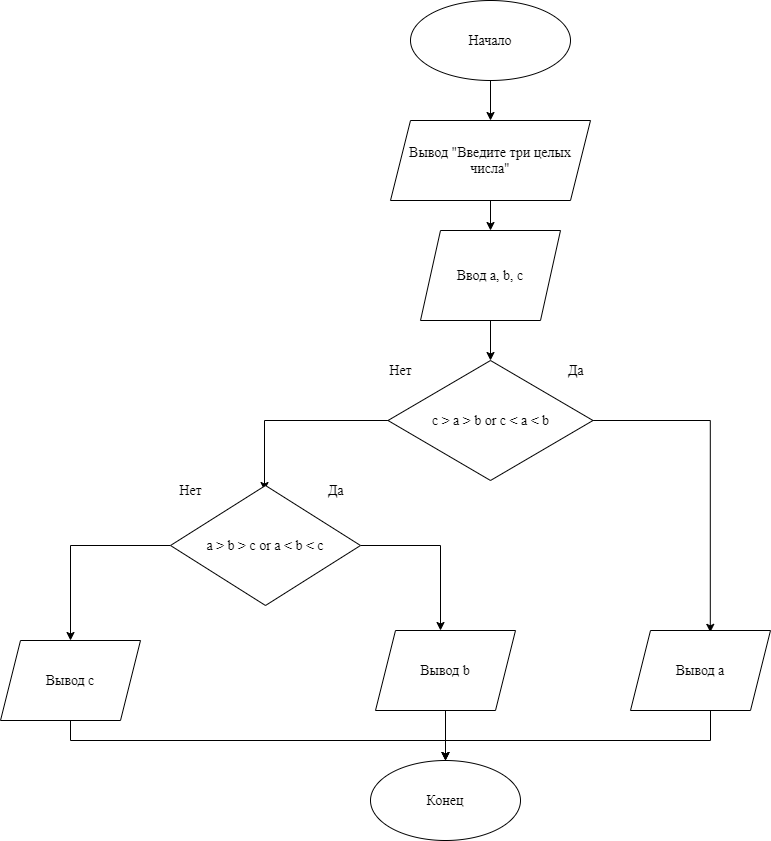
The draw.io diagram DZ9.png in EkaterinaVrublevskaia/AlgorithmPython-, before a commit. Source tidied: cells renumbered, new cells last; positions are measured from the earlier drawing's top-left corner, leaving out a move shared by most shapes.
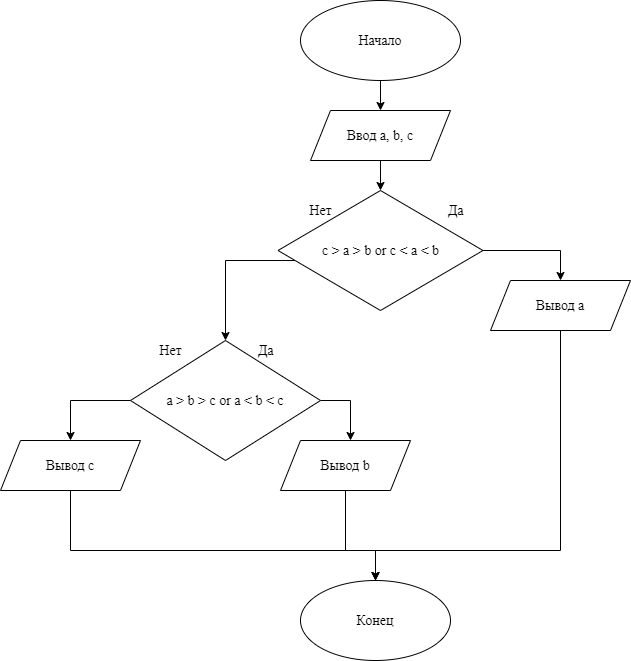
Later version of the same file.

The edit, as a diff of the source:
```diff
@@ -2,9 +2,9 @@
   <root>
     <mxCell id="0" />
     <mxCell id="1" parent="0" />
-    <mxCell id="2" style="edgeStyle=orthogonalEdgeStyle;rounded=0;jettySize=auto;html=1;fontFamily=Times New Roman;fontSize=14;" parent="1" edge="1" source="3" target="7">
-      <mxGeometry relative="1" as="geometry" />
-    </mxCell>
+    <mxCell id="25" style="edgeStyle=orthogonalEdgeStyle;rounded=0;jettySize=auto;html=1;" parent="1" edge="1" source="3" target="5">
+      <mxGeometry relative="1" as="geometry" />
+    </mxCell>
     <mxCell id="3" value="&lt;font face=&quot;Times New Roman&quot; style=&quot;font-size: 14px&quot;&gt;Начало&lt;/font&gt;" style="ellipse;whiteSpace=wrap;html=1;fontFamily=Times New Roman;fontSize=14;" parent="1" vertex="1">
       <mxGeometry x="410" width="160" height="80" as="geometry" />
     </mxCell>
@@ -12,85 +12,85 @@
       <mxGeometry relative="1" as="geometry" />
     </mxCell>
     <mxCell id="5" value="Ввод a, b, c" style="shape=parallelogram;perimeter=parallelogramPerimeter;whiteSpace=wrap;html=1;fixedSize=1;fontFamily=Times New Roman;fontSize=14;" parent="1" vertex="1">
-      <mxGeometry x="420" y="230" width="140" height="90" as="geometry" />
+      <mxGeometry x="420" y="110" width="140" height="50" as="geometry" />
     </mxCell>
-    <mxCell id="6" style="edgeStyle=orthogonalEdgeStyle;rounded=0;jettySize=auto;html=1;entryX=0.5;entryY=0;entryDx=0;entryDy=0;fontFamily=Times New Roman;fontSize=14;" parent="1" edge="1" source="7" target="5">
-      <mxGeometry relative="1" as="geometry" />
-    </mxCell>
-    <mxCell id="7" value="Вывод &quot;Введите три целых числа&quot;" style="shape=parallelogram;perimeter=parallelogramPerimeter;whiteSpace=wrap;html=1;fixedSize=1;fontFamily=Times New Roman;fontSize=14;" parent="1" vertex="1">
-      <mxGeometry x="390" y="120" width="200" height="80" as="geometry" />
-    </mxCell>
-    <mxCell id="8" style="edgeStyle=orthogonalEdgeStyle;rounded=0;jettySize=auto;html=1;entryX=0.57;entryY=0.023;entryDx=0;entryDy=0;fontFamily=Times New Roman;fontSize=14;entryPerimeter=0;strokeColor=default;labelBackgroundColor=default;fontColor=default;" parent="1" edge="1" source="10" target="19">
+    <mxCell id="8" style="edgeStyle=orthogonalEdgeStyle;rounded=0;jettySize=auto;html=1;entryX=0.5;entryY=0;entryDx=0;entryDy=0;" parent="1" edge="1" source="10" target="19">
       <mxGeometry relative="1" as="geometry" />
     </mxCell>
-    <mxCell id="9" style="edgeStyle=orthogonalEdgeStyle;rounded=0;jettySize=auto;html=1;fontFamily=Times New Roman;fontSize=14;" parent="1" edge="1" source="10">
-      <mxGeometry relative="1" as="geometry">
-        <mxPoint x="264" y="490" as="targetPoint" />
-        <Array as="points">
-          <mxPoint x="264" y="420" />
-        </Array>
-      </mxGeometry>
-    </mxCell>
+    <mxCell id="26" style="edgeStyle=orthogonalEdgeStyle;rounded=0;jettySize=auto;html=1;entryX=0.5;entryY=0;entryDx=0;entryDy=0;" parent="1" edge="1" source="10" target="15">
+      <mxGeometry relative="1" as="geometry">
+        <Array as="points">
+          <mxPoint x="335" y="260" />
+        </Array>
+      </mxGeometry>
+    </mxCell>
     <mxCell id="10" value="&lt;p&gt;&lt;font face=&quot;Times New Roman&quot;&gt;&lt;span style=&quot;font-size: 14px&quot;&gt;c &amp;gt; a &amp;gt; b or c &amp;lt; a &amp;lt; b&lt;/span&gt;&lt;/font&gt;&lt;/p&gt;" style="rhombus;whiteSpace=wrap;html=1;" parent="1" vertex="1">
-      <mxGeometry x="387.5" y="360" width="205" height="120" as="geometry" />
+      <mxGeometry x="387.5" y="190" width="205" height="120" as="geometry" />
     </mxCell>
     <mxCell id="11" value="Да" style="text;html=1;align=center;verticalAlign=middle;strokeColor=none;fillColor=none;fontSize=14;fontFamily=Times New Roman;" parent="1" vertex="1">
-      <mxGeometry x="560" y="360" width="30" height="20" as="geometry" />
+      <mxGeometry x="550" y="200" width="30" height="20" as="geometry" />
     </mxCell>
     <mxCell id="12" value="Нет" style="text;html=1;align=center;verticalAlign=middle;strokeColor=none;fillColor=none;fontSize=14;fontFamily=Times New Roman;" parent="1" vertex="1">
-      <mxGeometry x="380" y="360" width="40" height="20" as="geometry" />
+      <mxGeometry x="410" y="200" width="40" height="20" as="geometry" />
     </mxCell>
-    <mxCell id="13" style="edgeStyle=orthogonalEdgeStyle;rounded=0;jettySize=auto;html=1;fontFamily=Times New Roman;fontSize=14;" parent="1" edge="1" source="15">
-      <mxGeometry relative="1" as="geometry">
-        <mxPoint x="440" y="630" as="targetPoint" />
-      </mxGeometry>
-    </mxCell>
     <mxCell id="14" style="edgeStyle=orthogonalEdgeStyle;rounded=0;jettySize=auto;html=1;labelBackgroundColor=default;fontColor=default;strokeColor=default;entryX=0.5;entryY=0;entryDx=0;entryDy=0;" parent="1" edge="1" source="15" target="23">
       <mxGeometry relative="1" as="geometry">
         <Array as="points">
-          <mxPoint x="70" y="545" />
+          <mxPoint x="180" y="400" />
         </Array>
       </mxGeometry>
     </mxCell>
+    <mxCell id="27" style="edgeStyle=orthogonalEdgeStyle;rounded=0;jettySize=auto;html=1;" parent="1" edge="1" source="15" target="21">
+      <mxGeometry relative="1" as="geometry">
+        <Array as="points">
+          <mxPoint x="460" y="400" />
+        </Array>
+      </mxGeometry>
+    </mxCell>
     <mxCell id="15" value="&lt;p&gt;&lt;font face=&quot;Times New Roman&quot;&gt;&lt;span style=&quot;font-size: 14px&quot;&gt;a &amp;gt; b &amp;gt; c or a &amp;lt; b &amp;lt; c&lt;/span&gt;&lt;/font&gt;&lt;/p&gt;" style="rhombus;whiteSpace=wrap;html=1;fillColor=default;strokeColor=default;fontColor=default;" parent="1" vertex="1">
-      <mxGeometry x="170" y="485" width="190" height="120" as="geometry" />
+      <mxGeometry x="240" y="340" width="190" height="120" as="geometry" />
     </mxCell>
     <mxCell id="16" value="Да" style="text;html=1;align=center;verticalAlign=middle;strokeColor=none;fillColor=none;fontSize=14;fontFamily=Times New Roman;" parent="1" vertex="1">
-      <mxGeometry x="320" y="480" width="30" height="20" as="geometry" />
+      <mxGeometry x="360" y="340" width="30" height="20" as="geometry" />
     </mxCell>
     <mxCell id="17" value="Нет" style="text;html=1;align=center;verticalAlign=middle;strokeColor=none;fillColor=none;fontSize=14;fontFamily=Times New Roman;" parent="1" vertex="1">
-      <mxGeometry x="170" y="480" width="40" height="20" as="geometry" />
+      <mxGeometry x="260" y="340" width="40" height="20" as="geometry" />
     </mxCell>
-    <mxCell id="18" style="edgeStyle=orthogonalEdgeStyle;rounded=0;jettySize=auto;html=1;labelBackgroundColor=default;fontColor=default;strokeColor=default;entryX=0.5;entryY=0;entryDx=0;entryDy=0;" parent="1" edge="1" source="19" target="24">
+    <mxCell id="18" style="edgeStyle=orthogonalEdgeStyle;rounded=0;jettySize=auto;html=1;entryX=0.5;entryY=0;entryDx=0;entryDy=0;" parent="1" edge="1" source="19" target="24">
       <mxGeometry relative="1" as="geometry">
         <Array as="points">
-          <mxPoint x="710" y="740" />
-          <mxPoint x="445" y="740" />
+          <mxPoint x="670" y="550" />
+          <mxPoint x="485" y="550" />
         </Array>
       </mxGeometry>
     </mxCell>
     <mxCell id="19" value="Вывод a" style="shape=parallelogram;perimeter=parallelogramPerimeter;whiteSpace=wrap;html=1;fixedSize=1;fontFamily=Times New Roman;fontSize=14;fillColor=default;strokeColor=default;fontColor=default;" parent="1" vertex="1">
-      <mxGeometry x="630" y="630" width="140" height="80" as="geometry" />
+      <mxGeometry x="600" y="280" width="140" height="50" as="geometry" />
     </mxCell>
-    <mxCell id="20" style="edgeStyle=orthogonalEdgeStyle;rounded=0;jettySize=auto;html=1;labelBackgroundColor=default;fontColor=default;strokeColor=default;" parent="1" edge="1" source="21" target="24">
-      <mxGeometry relative="1" as="geometry" />
+    <mxCell id="20" style="edgeStyle=orthogonalEdgeStyle;rounded=0;jettySize=auto;html=1;entryX=0.5;entryY=0;entryDx=0;entryDy=0;" parent="1" edge="1" source="21" target="24">
+      <mxGeometry relative="1" as="geometry">
+        <Array as="points">
+          <mxPoint x="455" y="550" />
+          <mxPoint x="485" y="550" />
+        </Array>
+      </mxGeometry>
     </mxCell>
     <mxCell id="21" value="Вывод b" style="shape=parallelogram;perimeter=parallelogramPerimeter;whiteSpace=wrap;html=1;fixedSize=1;fontFamily=Times New Roman;fontSize=14;fillColor=default;strokeColor=default;fontColor=default;" parent="1" vertex="1">
-      <mxGeometry x="375" y="630" width="140" height="80" as="geometry" />
+      <mxGeometry x="390" y="440" width="130" height="50" as="geometry" />
     </mxCell>
-    <mxCell id="22" style="edgeStyle=orthogonalEdgeStyle;rounded=0;jettySize=auto;html=1;entryX=0.5;entryY=0;entryDx=0;entryDy=0;labelBackgroundColor=default;fontColor=default;strokeColor=default;" parent="1" edge="1" source="23" target="24">
+    <mxCell id="22" style="edgeStyle=orthogonalEdgeStyle;rounded=0;jettySize=auto;html=1;entryX=0.5;entryY=0;entryDx=0;entryDy=0;" parent="1" edge="1" source="23" target="24">
       <mxGeometry relative="1" as="geometry">
         <Array as="points">
-          <mxPoint x="70" y="740" />
-          <mxPoint x="445" y="740" />
+          <mxPoint x="180" y="550" />
+          <mxPoint x="485" y="550" />
         </Array>
       </mxGeometry>
     </mxCell>
     <mxCell id="23" value="Вывод c" style="shape=parallelogram;perimeter=parallelogramPerimeter;whiteSpace=wrap;html=1;fixedSize=1;fontFamily=Times New Roman;fontSize=14;fillColor=default;strokeColor=default;fontColor=default;" parent="1" vertex="1">
-      <mxGeometry y="640" width="140" height="80" as="geometry" />
+      <mxGeometry x="110" y="440" width="140" height="50" as="geometry" />
     </mxCell>
     <mxCell id="24" value="Конец" style="ellipse;whiteSpace=wrap;html=1;fontFamily=Times New Roman;fontSize=14;fillColor=default;strokeColor=default;fontColor=default;" parent="1" vertex="1">
-      <mxGeometry x="370" y="760" width="150" height="80" as="geometry" />
+      <mxGeometry x="410" y="580" width="150" height="80" as="geometry" />
     </mxCell>
   </root>
 </mxGraphModel>
```
